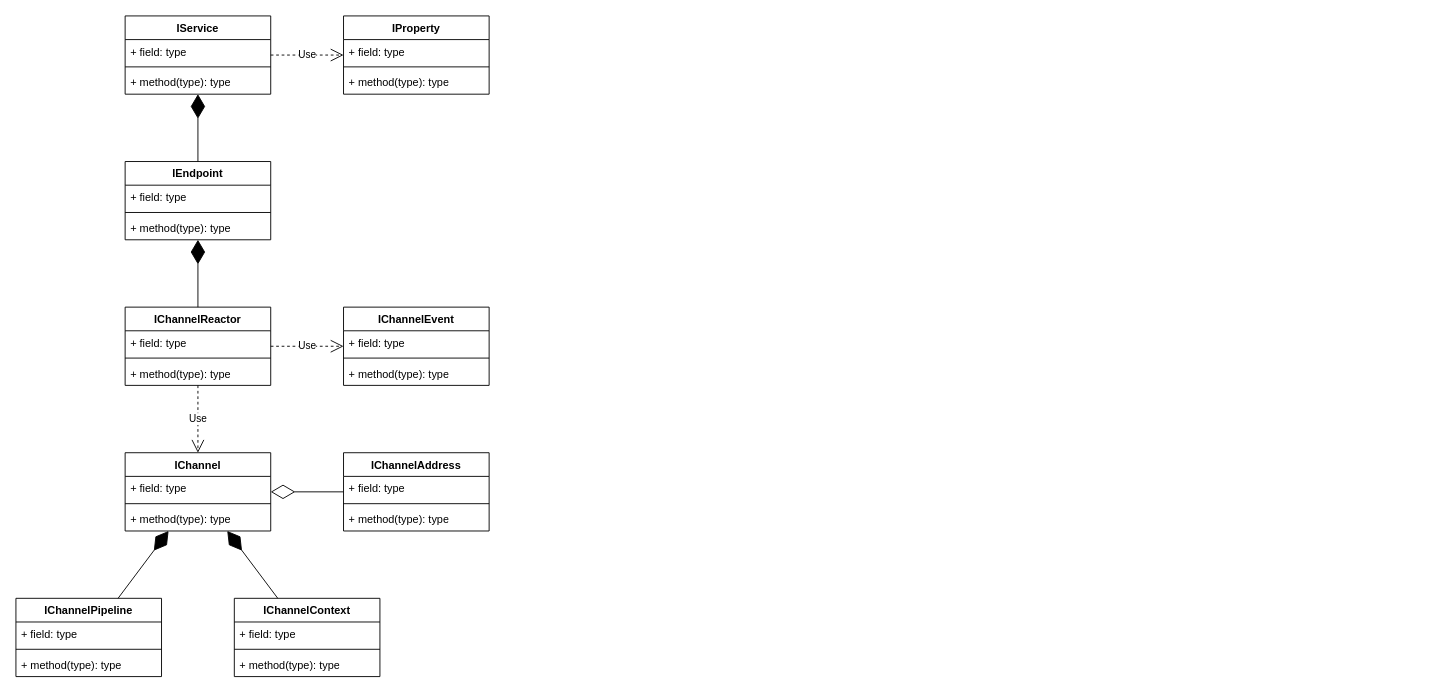
ChivenZhang/OpenMS keeps this draw.io diagram as page "功能结构" (1 of 2) of Document/OpenMS.drawio. Above is the earlier version. Source tidied: cells renumbered, new cells numbered last; positions are measured from the earlier drawing's top-left corner, leaving out a move shared by most shapes. Both pictures are drawn from the tidied source at 91%, with x=0, y=0 at pixel (15, 15).
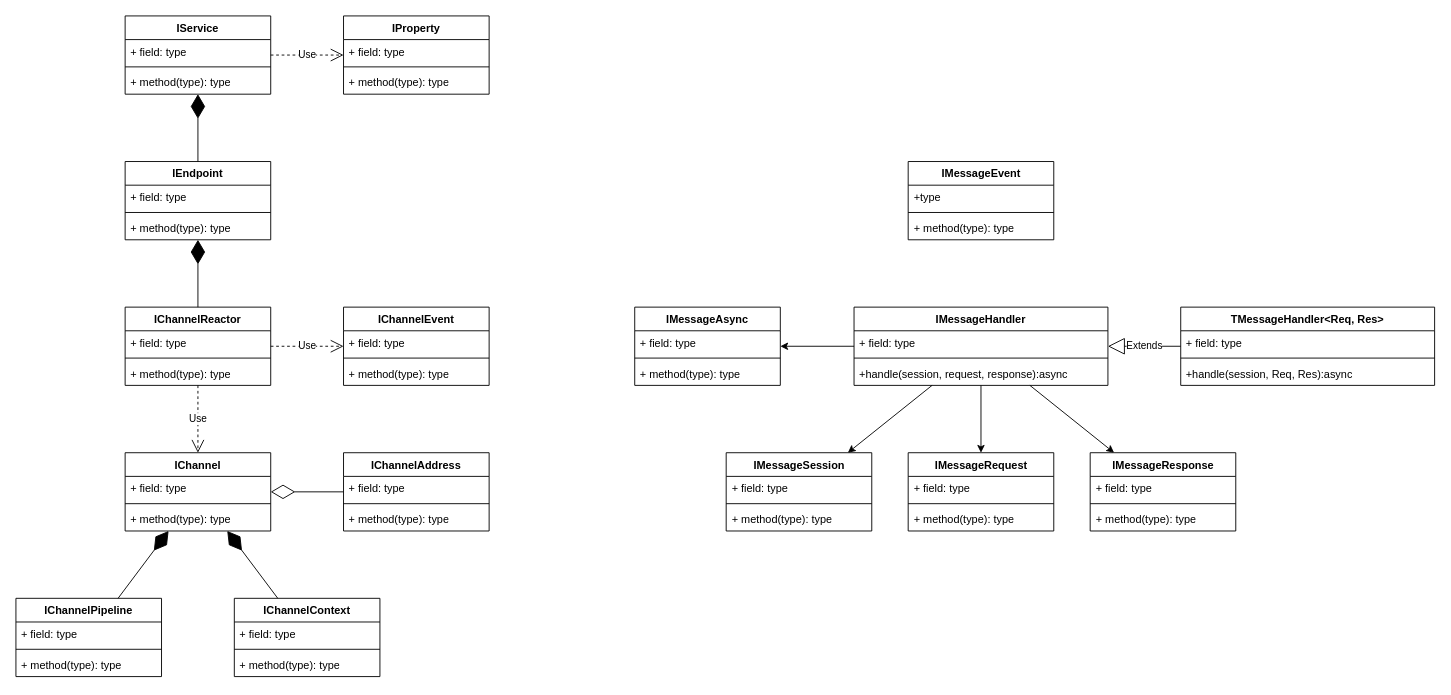
The same page after the edit.

The edit, as a diff of the source:
```diff
@@
+    <mxCell id="46" value="IMessageEvent" style="swimlane;fontStyle=1;align=center;verticalAlign=top;horizontal=1;startSize=26;whiteSpace=wrap;html=1;" parent="1" vertex="1">
+      <mxGeometry x="980.5" y="160" width="160" height="86" as="geometry" />
+    </mxCell>
+    <mxCell id="47" value="+type" style="text;strokeColor=none;fillColor=none;align=left;verticalAlign=top;spacingLeft=4;spacingRight=4;overflow=hidden;whiteSpace=wrap;html=1;" parent="46" vertex="1">
+      <mxGeometry y="26" width="160" height="26" as="geometry" />
+    </mxCell>
+    <mxCell id="48" style="line;strokeWidth=1;fillColor=none;align=left;verticalAlign=middle;spacingTop=-1;spacingLeft=3;spacingRight=3;labelPosition=right;strokeColor=inherit;" parent="46" vertex="1">
+      <mxGeometry y="52" width="160" height="8" as="geometry" />
+    </mxCell>
+    <mxCell id="49" value="+ method(type): type" style="text;strokeColor=none;fillColor=none;align=left;verticalAlign=top;spacingLeft=4;spacingRight=4;overflow=hidden;whiteSpace=wrap;html=1;" parent="46" vertex="1">
+      <mxGeometry y="60" width="160" height="26" as="geometry" />
+    </mxCell>
+    <mxCell id="50" value="IMessageAsync" style="swimlane;fontStyle=1;align=center;verticalAlign=top;horizontal=1;startSize=26;whiteSpace=wrap;html=1;" parent="1" vertex="1">
+      <mxGeometry x="680" y="320" width="160" height="86" as="geometry" />
+    </mxCell>
+    <mxCell id="51" value="+ field: type" style="text;strokeColor=none;fillColor=none;align=left;verticalAlign=top;spacingLeft=4;spacingRight=4;overflow=hidden;whiteSpace=wrap;html=1;" parent="50" vertex="1">
+      <mxGeometry y="26" width="160" height="26" as="geometry" />
+    </mxCell>
+    <mxCell id="52" style="line;strokeWidth=1;fillColor=none;align=left;verticalAlign=middle;spacingTop=-1;spacingLeft=3;spacingRight=3;labelPosition=right;strokeColor=inherit;" parent="50" vertex="1">
+      <mxGeometry y="52" width="160" height="8" as="geometry" />
+    </mxCell>
+    <mxCell id="53" value="+ method(type): type" style="text;strokeColor=none;fillColor=none;align=left;verticalAlign=top;spacingLeft=4;spacingRight=4;overflow=hidden;whiteSpace=wrap;html=1;" parent="50" vertex="1">
+      <mxGeometry y="60" width="160" height="26" as="geometry" />
+    </mxCell>
+    <mxCell id="54" value="IMessageHandler" style="swimlane;fontStyle=1;align=center;verticalAlign=top;horizontal=1;startSize=26;whiteSpace=wrap;html=1;" parent="1" vertex="1">
+      <mxGeometry x="921" y="320" width="279" height="86" as="geometry" />
+    </mxCell>
+    <mxCell id="55" value="+ field: type" style="text;strokeColor=none;fillColor=none;align=left;verticalAlign=top;spacingLeft=4;spacingRight=4;overflow=hidden;whiteSpace=wrap;html=1;" parent="54" vertex="1">
+      <mxGeometry y="26" width="279" height="26" as="geometry" />
+    </mxCell>
+    <mxCell id="56" style="line;strokeWidth=1;fillColor=none;align=left;verticalAlign=middle;spacingTop=-1;spacingLeft=3;spacingRight=3;labelPosition=right;strokeColor=inherit;" parent="54" vertex="1">
+      <mxGeometry y="52" width="279" height="8" as="geometry" />
+    </mxCell>
+    <mxCell id="57" value="+handle(session, request, response):async" style="text;strokeColor=none;fillColor=none;align=left;verticalAlign=top;spacingLeft=4;spacingRight=4;overflow=hidden;whiteSpace=wrap;html=1;" parent="54" vertex="1">
+      <mxGeometry y="60" width="279" height="26" as="geometry" />
+    </mxCell>
+    <mxCell id="58" value="TMessageHandler&amp;lt;Req, Res&amp;gt;" style="swimlane;fontStyle=1;align=center;verticalAlign=top;horizontal=1;startSize=26;whiteSpace=wrap;html=1;" parent="1" vertex="1">
+      <mxGeometry x="1280" y="320" width="279" height="86" as="geometry" />
+    </mxCell>
+    <mxCell id="59" value="+ field: type" style="text;strokeColor=none;fillColor=none;align=left;verticalAlign=top;spacingLeft=4;spacingRight=4;overflow=hidden;whiteSpace=wrap;html=1;" parent="58" vertex="1">
+      <mxGeometry y="26" width="279" height="26" as="geometry" />
+    </mxCell>
+    <mxCell id="60" style="line;strokeWidth=1;fillColor=none;align=left;verticalAlign=middle;spacingTop=-1;spacingLeft=3;spacingRight=3;labelPosition=right;strokeColor=inherit;" parent="58" vertex="1">
+      <mxGeometry y="52" width="279" height="8" as="geometry" />
+    </mxCell>
+    <mxCell id="61" value="+handle(session, Req, Res):async" style="text;strokeColor=none;fillColor=none;align=left;verticalAlign=top;spacingLeft=4;spacingRight=4;overflow=hidden;whiteSpace=wrap;html=1;" parent="58" vertex="1">
+      <mxGeometry y="60" width="279" height="26" as="geometry" />
+    </mxCell>
+    <mxCell id="62" value="Extends" style="endArrow=block;endSize=16;endFill=0;html=1;rounded=0;" parent="1" edge="1" source="58" target="54">
+      <mxGeometry relative="1" as="geometry" />
+    </mxCell>
+    <mxCell id="63" value="IMessageSession" style="swimlane;fontStyle=1;align=center;verticalAlign=top;horizontal=1;startSize=26;whiteSpace=wrap;html=1;" parent="1" vertex="1">
+      <mxGeometry x="780.5" y="480" width="160" height="86" as="geometry" />
+    </mxCell>
+    <mxCell id="64" value="+ field: type" style="text;strokeColor=none;fillColor=none;align=left;verticalAlign=top;spacingLeft=4;spacingRight=4;overflow=hidden;whiteSpace=wrap;html=1;" parent="63" vertex="1">
+      <mxGeometry y="26" width="160" height="26" as="geometry" />
+    </mxCell>
+    <mxCell id="65" style="line;strokeWidth=1;fillColor=none;align=left;verticalAlign=middle;spacingTop=-1;spacingLeft=3;spacingRight=3;labelPosition=right;strokeColor=inherit;" parent="63" vertex="1">
+      <mxGeometry y="52" width="160" height="8" as="geometry" />
+    </mxCell>
+    <mxCell id="66" value="+ method(type): type" style="text;strokeColor=none;fillColor=none;align=left;verticalAlign=top;spacingLeft=4;spacingRight=4;overflow=hidden;whiteSpace=wrap;html=1;" parent="63" vertex="1">
+      <mxGeometry y="60" width="160" height="26" as="geometry" />
+    </mxCell>
+    <mxCell id="67" value="IMessageRequest" style="swimlane;fontStyle=1;align=center;verticalAlign=top;horizontal=1;startSize=26;whiteSpace=wrap;html=1;" parent="1" vertex="1">
+      <mxGeometry x="980.5" y="480" width="160" height="86" as="geometry" />
+    </mxCell>
+    <mxCell id="68" value="+ field: type" style="text;strokeColor=none;fillColor=none;align=left;verticalAlign=top;spacingLeft=4;spacingRight=4;overflow=hidden;whiteSpace=wrap;html=1;" parent="67" vertex="1">
+      <mxGeometry y="26" width="160" height="26" as="geometry" />
+    </mxCell>
+    <mxCell id="69" style="line;strokeWidth=1;fillColor=none;align=left;verticalAlign=middle;spacingTop=-1;spacingLeft=3;spacingRight=3;labelPosition=right;strokeColor=inherit;" parent="67" vertex="1">
+      <mxGeometry y="52" width="160" height="8" as="geometry" />
+    </mxCell>
+    <mxCell id="70" value="+ method(type): type" style="text;strokeColor=none;fillColor=none;align=left;verticalAlign=top;spacingLeft=4;spacingRight=4;overflow=hidden;whiteSpace=wrap;html=1;" parent="67" vertex="1">
+      <mxGeometry y="60" width="160" height="26" as="geometry" />
+    </mxCell>
+    <mxCell id="71" value="IMessageResponse" style="swimlane;fontStyle=1;align=center;verticalAlign=top;horizontal=1;startSize=26;whiteSpace=wrap;html=1;" parent="1" vertex="1">
+      <mxGeometry x="1180.5" y="480" width="160" height="86" as="geometry" />
+    </mxCell>
+    <mxCell id="72" value="+ field: type" style="text;strokeColor=none;fillColor=none;align=left;verticalAlign=top;spacingLeft=4;spacingRight=4;overflow=hidden;whiteSpace=wrap;html=1;" parent="71" vertex="1">
+      <mxGeometry y="26" width="160" height="26" as="geometry" />
+    </mxCell>
+    <mxCell id="73" style="line;strokeWidth=1;fillColor=none;align=left;verticalAlign=middle;spacingTop=-1;spacingLeft=3;spacingRight=3;labelPosition=right;strokeColor=inherit;" parent="71" vertex="1">
+      <mxGeometry y="52" width="160" height="8" as="geometry" />
+    </mxCell>
+    <mxCell id="74" value="+ method(type): type" style="text;strokeColor=none;fillColor=none;align=left;verticalAlign=top;spacingLeft=4;spacingRight=4;overflow=hidden;whiteSpace=wrap;html=1;" parent="71" vertex="1">
+      <mxGeometry y="60" width="160" height="26" as="geometry" />
+    </mxCell>
+    <mxCell id="75" style="endArrow=classic;html=1;rounded=0;" parent="1" edge="1" source="54" target="63">
+      <mxGeometry relative="1" as="geometry" />
+    </mxCell>
+    <mxCell id="76" style="endArrow=classic;html=1;rounded=0;" parent="1" edge="1" source="54" target="67">
+      <mxGeometry relative="1" as="geometry" />
+    </mxCell>
+    <mxCell id="77" style="endArrow=classic;html=1;rounded=0;" parent="1" edge="1" source="54" target="71">
+      <mxGeometry relative="1" as="geometry" />
+    </mxCell>
+    <mxCell id="78" style="endArrow=classic;html=1;rounded=0;" parent="1" edge="1" source="54" target="50">
+      <mxGeometry relative="1" as="geometry" />
+    </mxCell>
```
